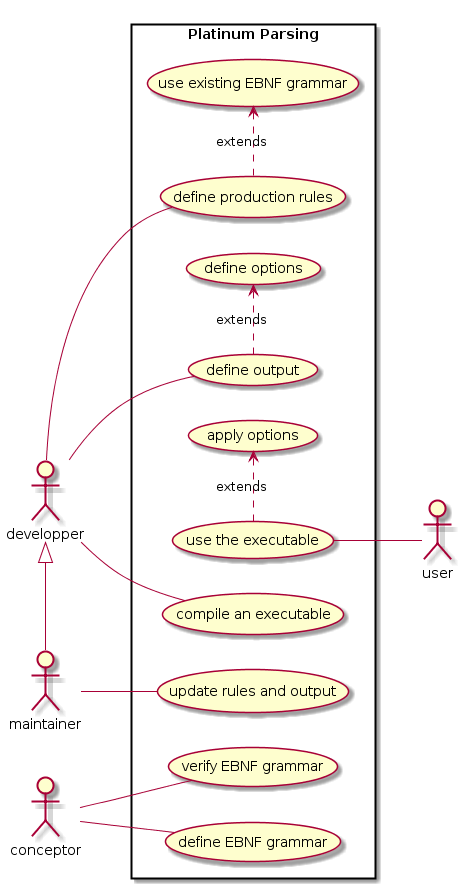
Before: doc/diagrams/use-case/use-case.png, a diagram exported from PlantUML (chlablak/platinum-parsing). The source it was exported from:
```plantuml
@startuml
left to right direction
skinparam packageStyle rectangle

:conceptor: as AC
:developper: as AD
:maintainer: as AM
:user: as AU

AD <|- AM

rectangle "Platinum Parsing" {
  (define EBNF grammar) as U10
  (verify EBNF grammar) as U20
  (use existing EBNF grammar) as U30
  (define production rules) as U40
  (define output) as U50
  (define options) as U55
  (compile an executable) as U60
  (update rules and output) as U70
  (use the executable) as U80
  (apply options) as U90

  AC -- U10
  AC -- U20
  AD -- U40
  U40 .> U30 : extends
  AD -- U50
  U50 .> U55 : extends
  AD -- U60
  U70 -- AM
  U80 -- AU
  U80 .> U90 : extends
}
@enduml
```
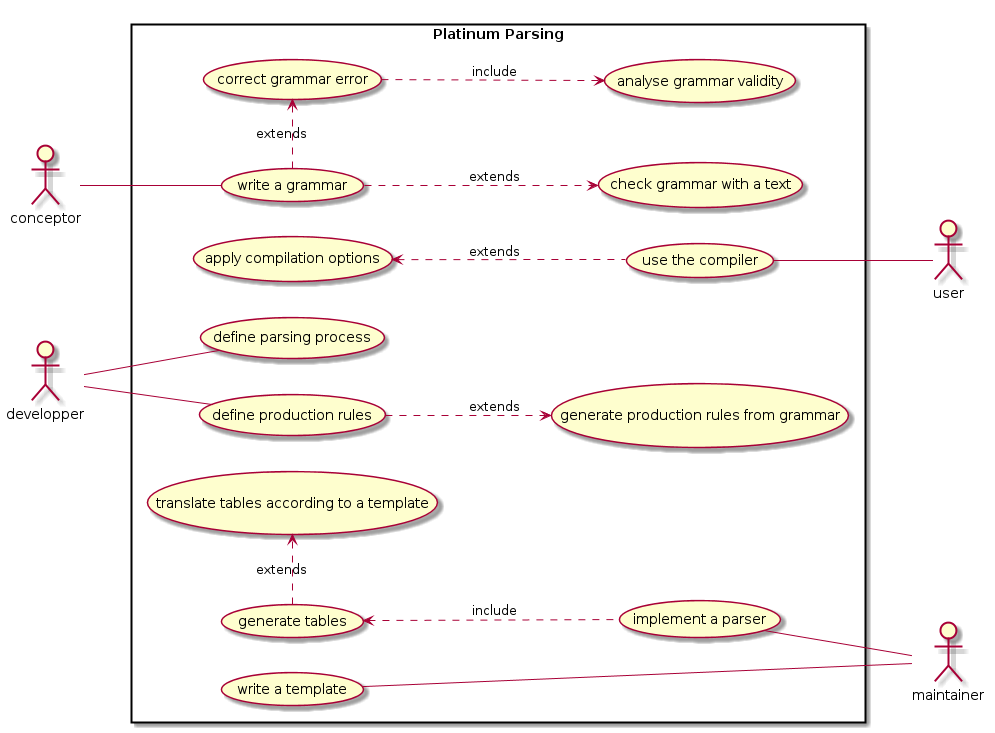
Later version of the same file.

What changed in the source:
```diff
@@ -1,4 +1,5 @@
 @startuml
+
 left to right direction
 skinparam packageStyle rectangle
 
@@ -7,29 +8,41 @@
 :maintainer: as AM
 :user: as AU
 
-AD <|- AM
+rectangle "Platinum Parsing" {
+  (write a grammar) as U10
+  (correct grammar error) as U20
+  (analyse grammar validity) as U30
+  (check grammar with a text) as U40
 
-rectangle "Platinum Parsing" {
-  (define EBNF grammar) as U10
-  (verify EBNF grammar) as U20
-  (use existing EBNF grammar) as U30
-  (define production rules) as U40
-  (define output) as U50
-  (define options) as U55
-  (compile an executable) as U60
-  (update rules and output) as U70
-  (use the executable) as U80
-  (apply options) as U90
+  (generate tables) as U50
+  (translate tables according to a template) as U60
+
+  (define production rules) as U70
+  (generate production rules from grammar) as U80
+  (define parsing process) as U85
+
+  (implement a parser) as U90
+  (write a template) as U105
+
+  (use the compiler) as U110
+  (apply compilation options) as U120
 
   AC -- U10
-  AC -- U20
-  AD -- U40
-  U40 .> U30 : extends
-  AD -- U50
-  U50 .> U55 : extends
-  AD -- U60
-  U70 -- AM
-  U80 -- AU
-  U80 .> U90 : extends
+  U10 .> U20 : extends
+  U20 ..> U30 : include
+  U10 ..> U40 : extends
+
+  AD -- U70
+  U70 ..> U80 : extends
+  AD -- U85
+
+  U90 -- AM
+  U50 <.. U90 : include
+  U50 .> U60 : extends
+  U105 -- AM
+
+  U110 -- AU
+  U120 <.. U110 : extends
 }
+
 @enduml
```
